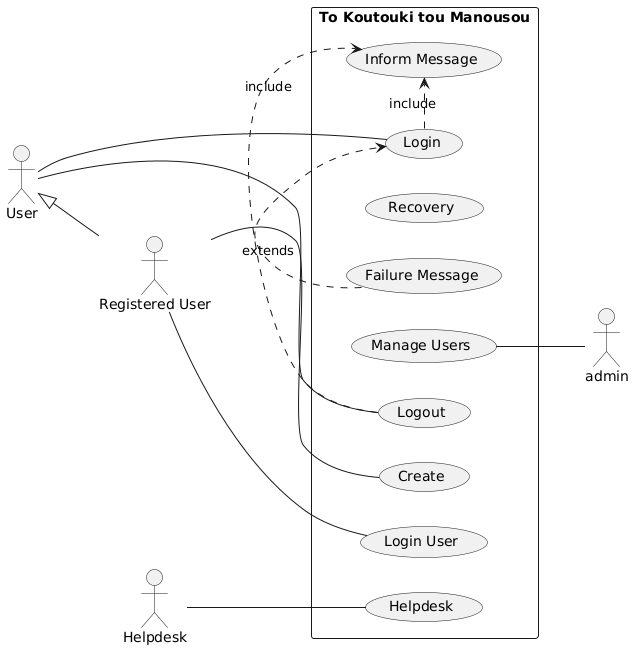
The PlantUML diagram use-case.png in softwareDesign24/collaborateUML-ucd, before a commit.
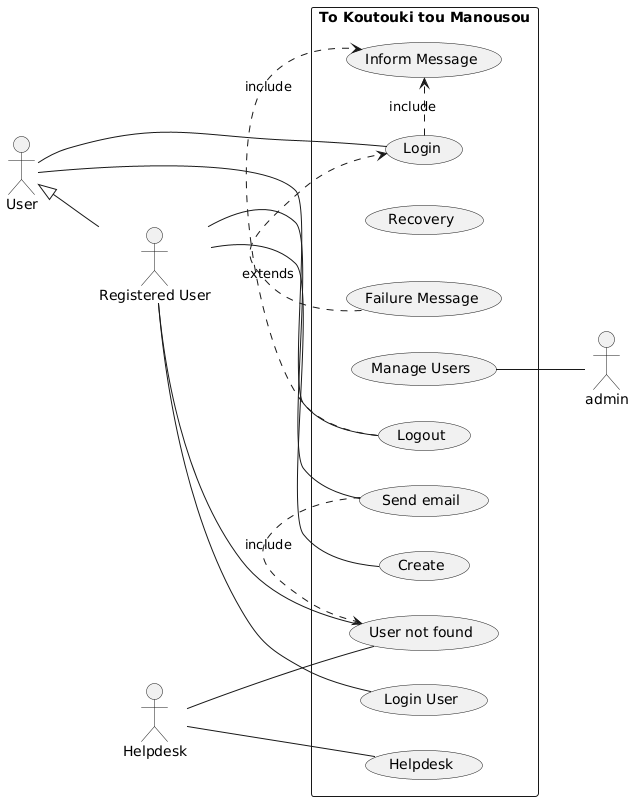
After the commit.

Commit message:
Automated UML diagram generation

What changed in the source:
```diff
@@ -28,6 +28,8 @@
 
 
 
+  usecase "Send email" as meropi5
+  usecase "User not found" as meropi6
 
 
 
@@ -52,10 +54,10 @@
 
 
 
-
-
-
-
+r_usr -- meropi5
+r_usr -- meropi6
+hlpdsk -- meropi6
+meropi5 .> meropi6 : include
 
 
 
```
